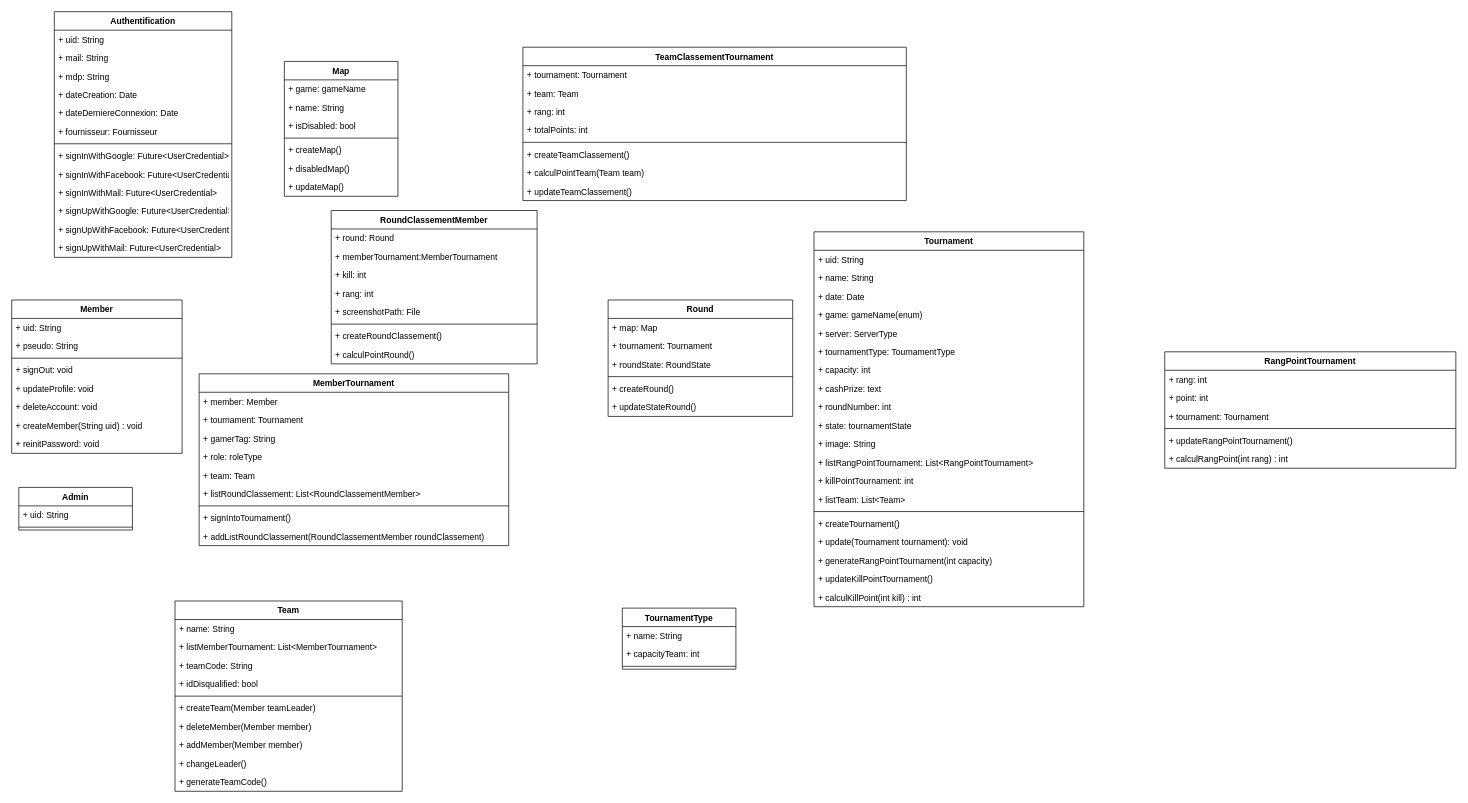
This is ospawn_cup.drawio from AlexandreMaillot/O-Spawn-Cup, a draw.io file, before an edit. Source tidied: cells renumbered, new cells numbered last; positions are measured from the earlier drawing's top-left corner, leaving out a move shared by most shapes. Both pictures are drawn from the tidied source at 71%, with x=0, y=0 at pixel (11, 11).
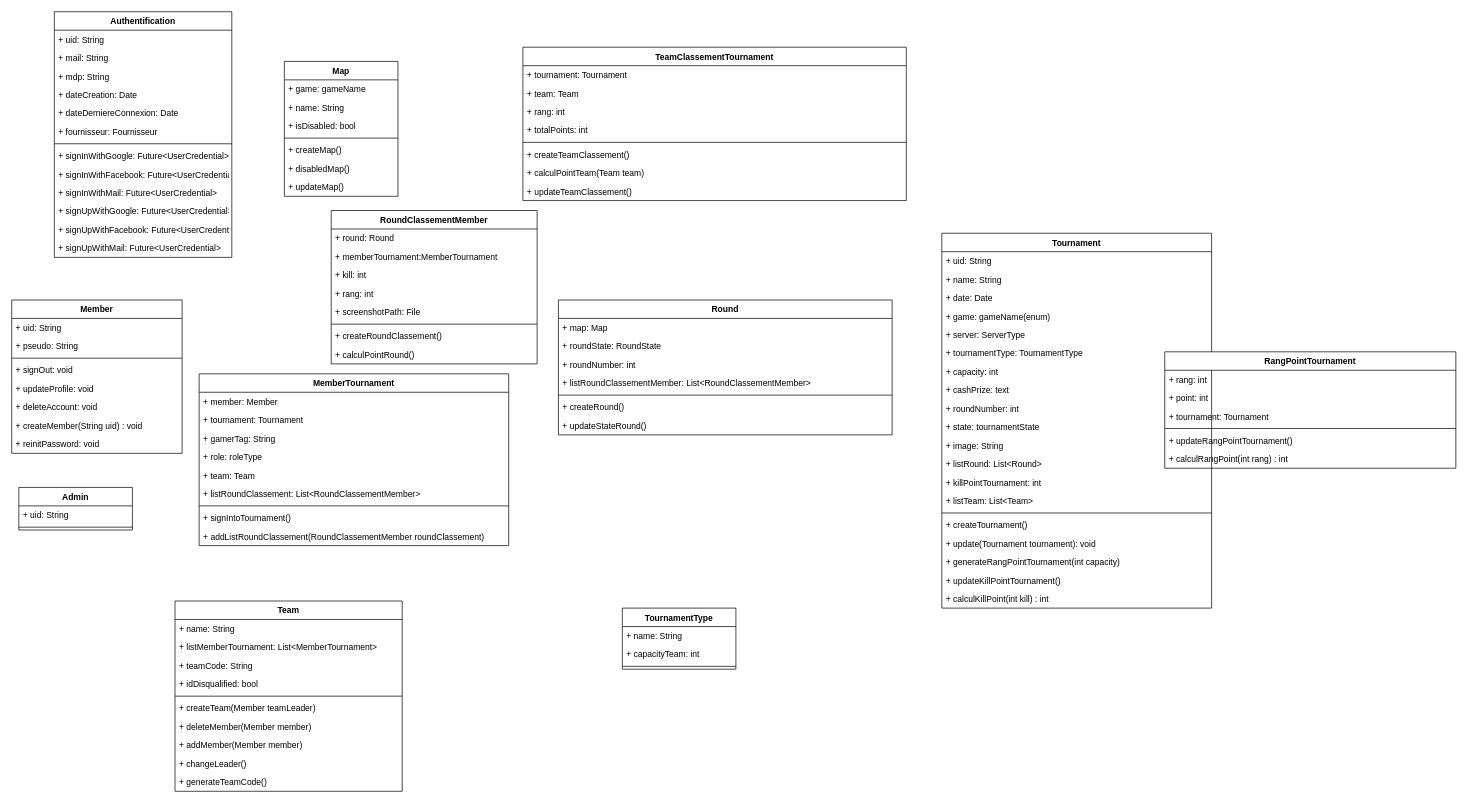
The same page after the edit.

The edit, as a diff of the source:
```diff
@@
     <mxCell id="25" value="Tournament" style="swimlane;fontStyle=1;align=center;verticalAlign=top;horizontal=1;startSize=26;" parent="1" vertex="1">
-      <mxGeometry x="1130" y="310" width="380" height="528" as="geometry" />
+      <mxGeometry x="1310" y="312" width="380" height="528" as="geometry" />
     </mxCell>
@@
-    <mxCell id="37" value="+ listRangPointTournament: List&lt;RangPointTournament&gt;" style="text;strokeColor=none;fillColor=none;align=left;verticalAlign=top;spacingLeft=4;spacingRight=4;overflow=hidden;" parent="25" vertex="1">
+    <mxCell id="37" value="+ listRound: List&lt;Round&gt;" style="text;strokeColor=none;fillColor=none;align=left;verticalAlign=top;spacingLeft=4;spacingRight=4;overflow=hidden;" parent="25" vertex="1">
       <mxGeometry y="312" width="380" height="26" as="geometry" />
     </mxCell>
@@
     <mxCell id="49" value="Round" style="swimlane;fontStyle=1;align=center;verticalAlign=top;horizontal=1;startSize=26;" parent="1" vertex="1">
-      <mxGeometry x="840" y="406" width="260" height="164" as="geometry" />
+      <mxGeometry x="770" y="406" width="470" height="190" as="geometry" />
     </mxCell>
     <mxCell id="50" value="+ map: Map" style="text;strokeColor=none;fillColor=none;align=left;verticalAlign=top;spacingLeft=4;spacingRight=4;overflow=hidden;" parent="49" vertex="1">
-      <mxGeometry y="26" width="260" height="26" as="geometry" />
+      <mxGeometry y="26" width="470" height="26" as="geometry" />
     </mxCell>
-    <mxCell id="51" value="+ tournament: Tournament" style="text;strokeColor=none;fillColor=none;align=left;verticalAlign=top;spacingLeft=4;spacingRight=4;overflow=hidden;" parent="49" vertex="1">
-      <mxGeometry y="52" width="260" height="26" as="geometry" />
-    </mxCell>
     <mxCell id="52" value="+ roundState: RoundState" style="text;strokeColor=none;fillColor=none;align=left;verticalAlign=top;spacingLeft=4;spacingRight=4;overflow=hidden;" parent="49" vertex="1">
-      <mxGeometry y="78" width="260" height="26" as="geometry" />
+      <mxGeometry y="52" width="470" height="26" as="geometry" />
     </mxCell>
+    <mxCell id="114" value="+ roundNumber: int" style="text;strokeColor=none;fillColor=none;align=left;verticalAlign=top;spacingLeft=4;spacingRight=4;overflow=hidden;" parent="49" vertex="1">
+      <mxGeometry y="78" width="470" height="26" as="geometry" />
+    </mxCell>
+    <mxCell id="115" value="+ listRoundClassementMember: List&lt;RoundClassementMember&gt;" style="text;strokeColor=none;fillColor=none;align=left;verticalAlign=top;spacingLeft=4;spacingRight=4;overflow=hidden;" parent="49" vertex="1">
+      <mxGeometry y="104" width="470" height="26" as="geometry" />
+    </mxCell>
     <mxCell id="53" style="line;strokeWidth=1;fillColor=none;align=left;verticalAlign=middle;spacingTop=-1;spacingLeft=3;spacingRight=3;labelPosition=right;" parent="49" vertex="1">
-      <mxGeometry y="104" width="260" height="8" as="geometry" />
+      <mxGeometry y="130" width="470" height="8" as="geometry" />
     </mxCell>
     <mxCell id="54" value="+ createRound()" style="text;strokeColor=none;fillColor=none;align=left;verticalAlign=top;spacingLeft=4;spacingRight=4;overflow=hidden;" parent="49" vertex="1">
-      <mxGeometry y="112" width="260" height="26" as="geometry" />
+      <mxGeometry y="138" width="470" height="26" as="geometry" />
     </mxCell>
     <mxCell id="55" value="+ updateStateRound()" style="text;strokeColor=none;fillColor=none;align=left;verticalAlign=top;spacingLeft=4;spacingRight=4;overflow=hidden;" parent="49" vertex="1">
-      <mxGeometry y="138" width="260" height="26" as="geometry" />
+      <mxGeometry y="164" width="470" height="26" as="geometry" />
     </mxCell>
```
